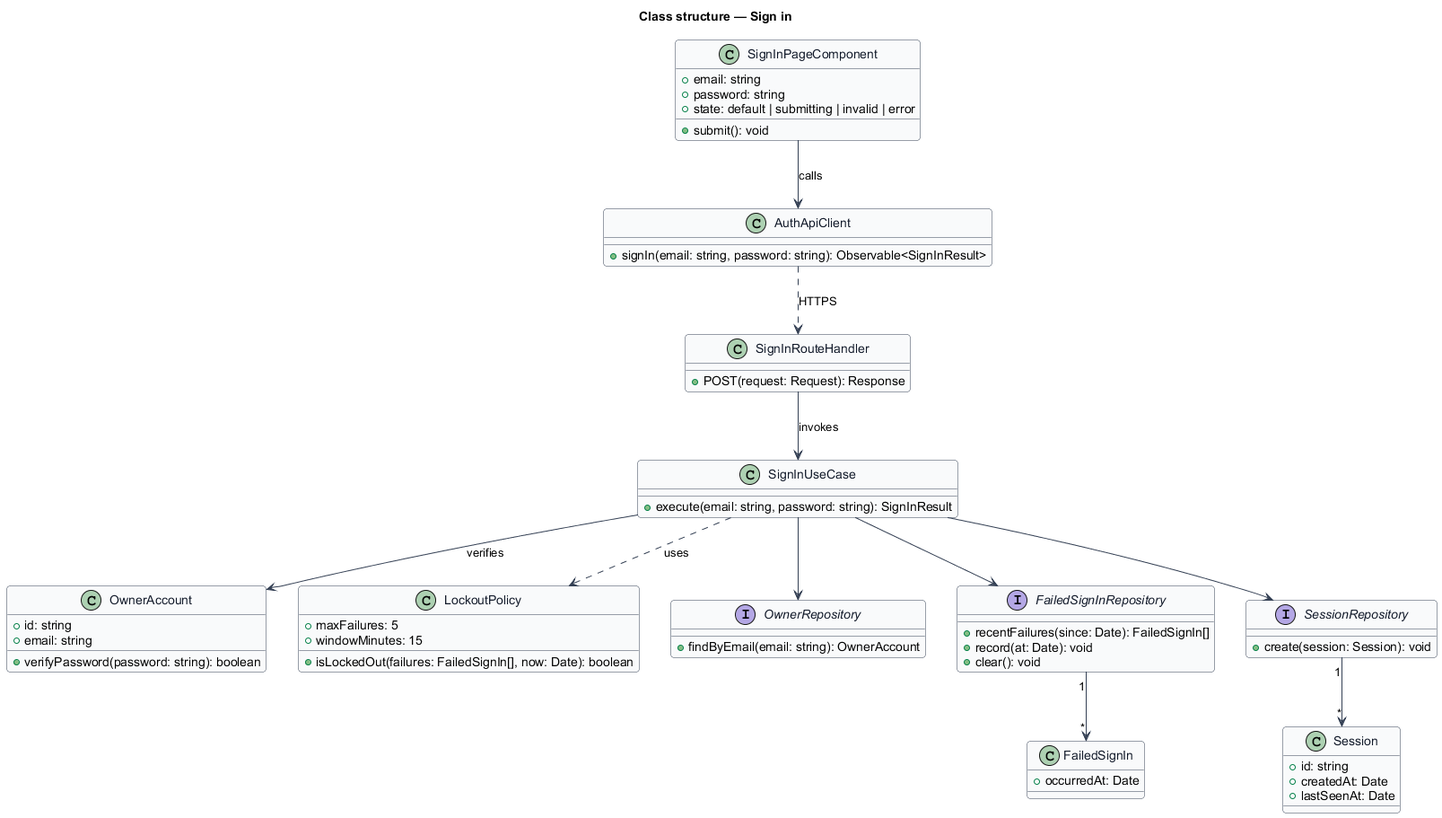
The PlantUML diagram docs/detailed-designs/access/sign-in/diagrams/class-structure.png in QuinntyneBrown/cullr, before a commit. Source of this version:
```plantuml
@startuml
skinparam backgroundColor #FFFFFF
skinparam shadowing false
skinparam roundcorner 8
skinparam defaultFontName Arial
skinparam ArrowColor #344054
skinparam class {
  BorderColor #344054
  FontColor #101828
  BackgroundColor #F9FAFB
}
title Class structure — Sign in

class SignInPageComponent {
  +email: string
  +password: string
  +state: default | submitting | invalid | error
  +submit(): void
}

class AuthApiClient {
  +signIn(email: string, password: string): Observable<SignInResult>
}

class SignInRouteHandler {
  +POST(request: Request): Response
}

class SignInUseCase {
  +execute(email: string, password: string): SignInResult
}

class OwnerAccount {
  +id: string
  +email: string
  +verifyPassword(password: string): boolean
}

class LockoutPolicy {
  +maxFailures: 5
  +windowMinutes: 15
  +isLockedOut(failures: FailedSignIn[], now: Date): boolean
}

class FailedSignIn {
  +occurredAt: Date
}

class Session {
  +id: string
  +createdAt: Date
  +lastSeenAt: Date
}

interface OwnerRepository {
  +findByEmail(email: string): OwnerAccount
}
interface FailedSignInRepository {
  +recentFailures(since: Date): FailedSignIn[]
  +record(at: Date): void
  +clear(): void
}
interface SessionRepository {
  +create(session: Session): void
}

SignInPageComponent --> AuthApiClient : calls
AuthApiClient ..> SignInRouteHandler : HTTPS
SignInRouteHandler --> SignInUseCase : invokes
SignInUseCase --> OwnerAccount : verifies
SignInUseCase ..> LockoutPolicy : uses
SignInUseCase --> OwnerRepository
SignInUseCase --> FailedSignInRepository
SignInUseCase --> SessionRepository
FailedSignInRepository "1" --> "*" FailedSignIn
SessionRepository "1" --> "*" Session
@enduml
```
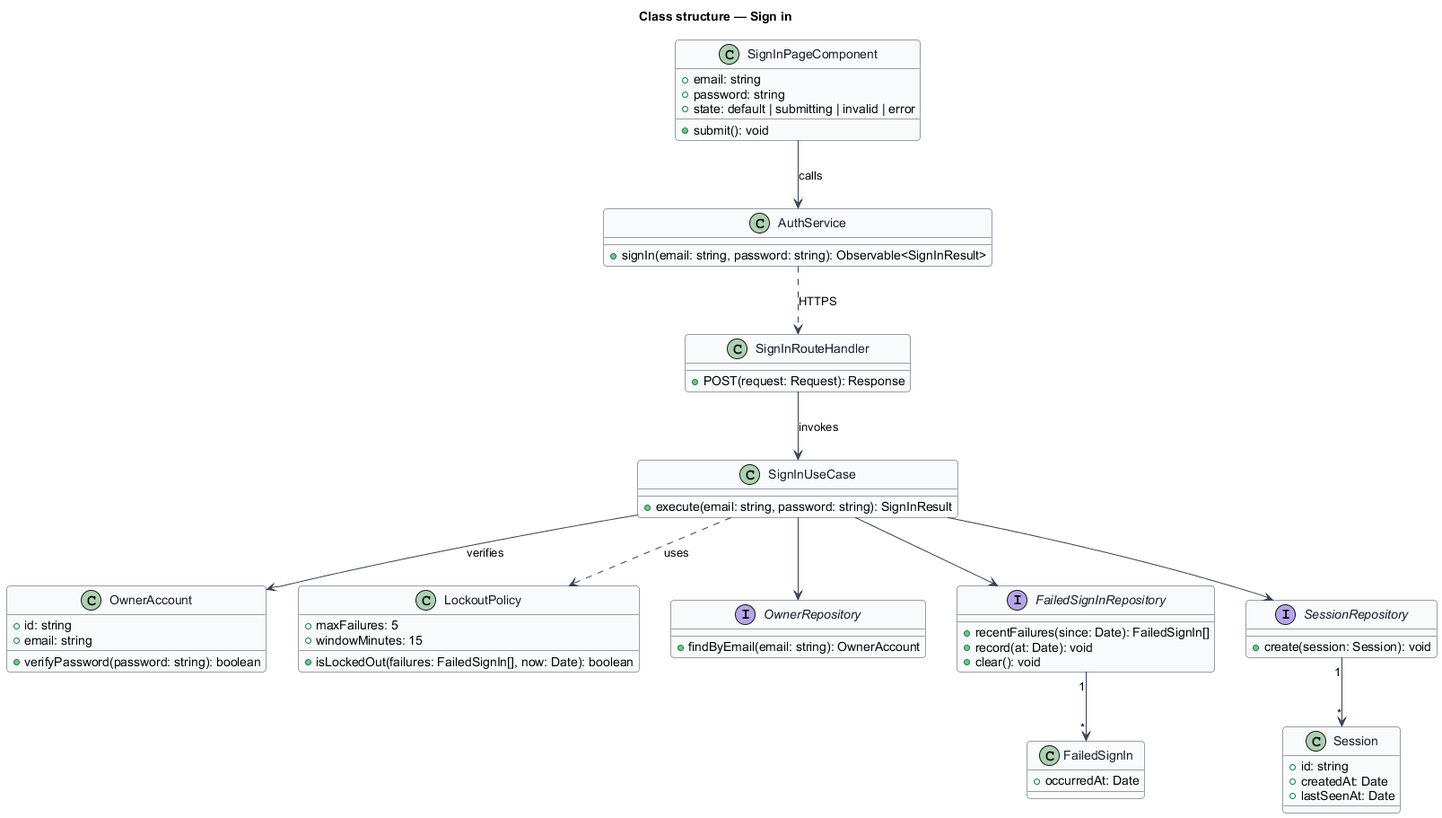
Later version of the same file.

Change to the diagram source:
```diff
@@ -18,7 +18,7 @@
   +submit(): void
 }
 
-class AuthApiClient {
+class AuthService {
   +signIn(email: string, password: string): Observable<SignInResult>
 }
 
@@ -64,8 +64,8 @@
   +create(session: Session): void
 }
 
-SignInPageComponent --> AuthApiClient : calls
-AuthApiClient ..> SignInRouteHandler : HTTPS
+SignInPageComponent --> AuthService : calls
+AuthService ..> SignInRouteHandler : HTTPS
 SignInRouteHandler --> SignInUseCase : invokes
 SignInUseCase --> OwnerAccount : verifies
 SignInUseCase ..> LockoutPolicy : uses
```
